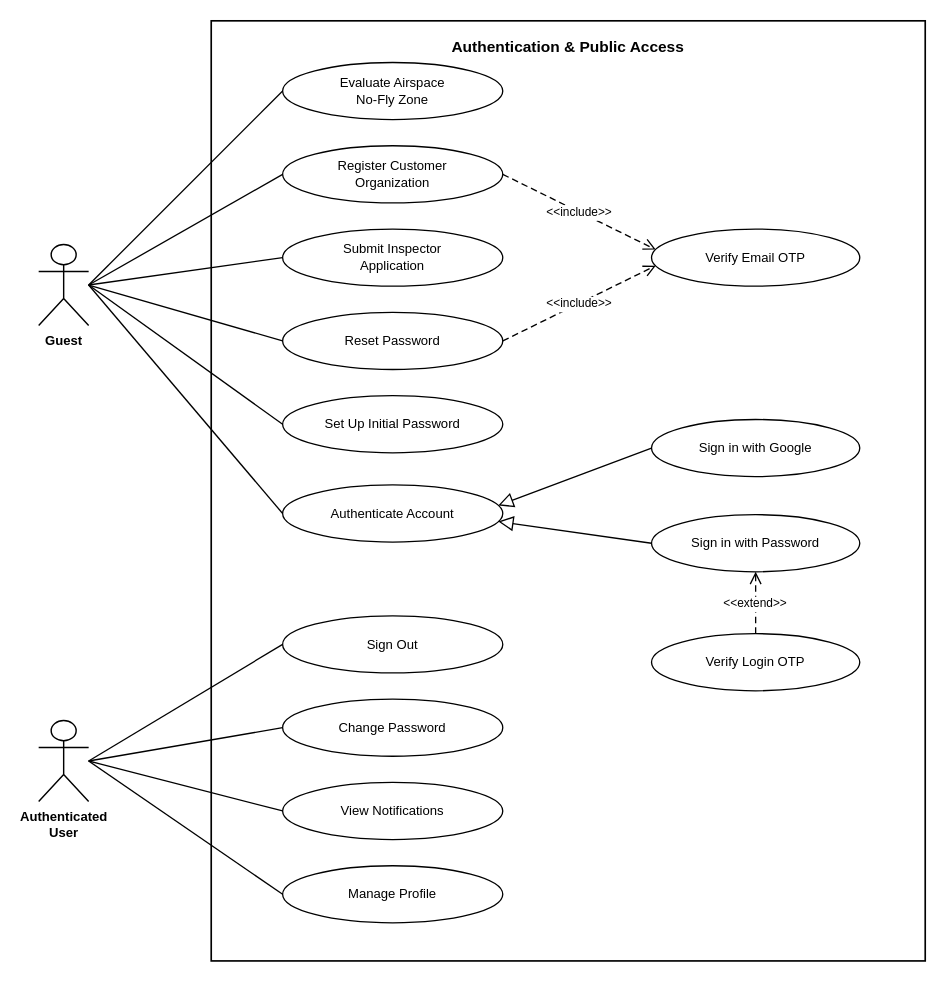
tungbach12/SmartDroneInspection-Docs keeps this draw.io diagram as page "UC-1 Auth & Public Access" (1 of 5) of diagrams/smartdrone-use-case-diagrams.drawio. Above is the earlier version. Source tidied: cells renumbered, new cells numbered last; positions are measured from the earlier drawing's top-left corner, leaving out a move shared by most shapes. Both pictures are drawn from the tidied source at 119%, with x=0, y=0 at pixel (38, 20).
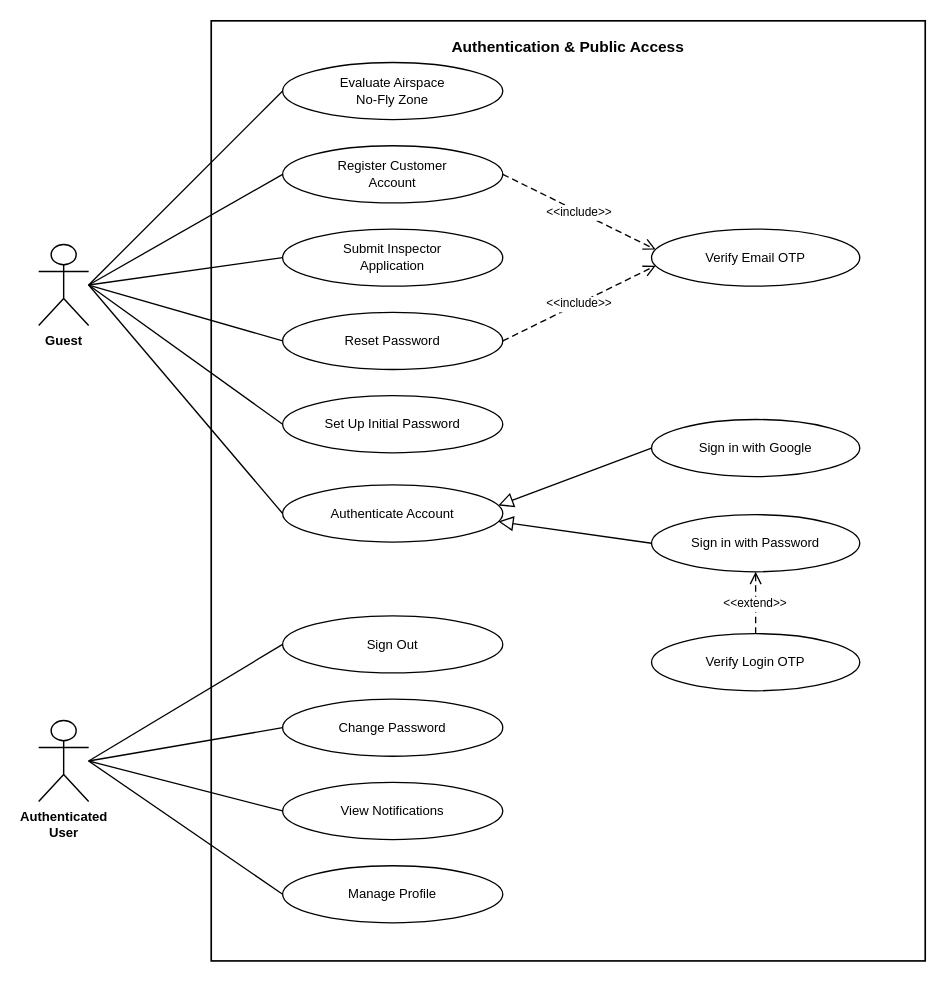
The same diagram, later.

The edit, as a diff of the source:
```diff
@@
-    <mxCell id="6" value="Register Customer&lt;br&gt;Organization" style="ellipse;whiteSpace=wrap;html=1;fillColor=#FFFFFF;strokeColor=#000000;strokeWidth=1.1;fontColor=#000000;fontSize=11;fontFamily=Helvetica;align=center;verticalAlign=middle;" parent="1" vertex="1">
+    <mxCell id="6" value="Register Customer&lt;br&gt;Account" style="ellipse;whiteSpace=wrap;html=1;fillColor=#FFFFFF;strokeColor=#000000;strokeWidth=1.1;fontColor=#000000;fontSize=11;fontFamily=Helvetica;align=center;verticalAlign=middle;" parent="1" vertex="1">
       <mxGeometry x="205" y="105" width="185" height="48" as="geometry" />
     </mxCell>
```
